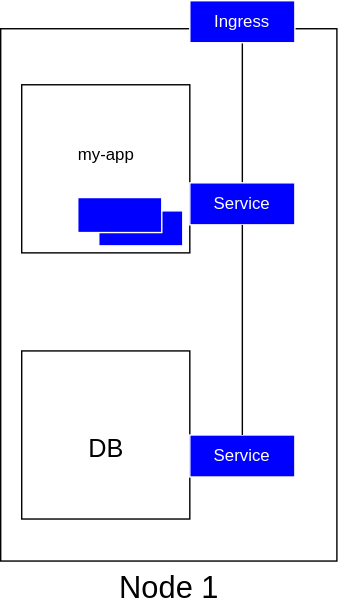
This is asciidocs-slides/images/Kubernetes-External-Ingress.svg from BachlChrisi/kubernetes-presentation, a draw.io export, as it was before one commit. Source tidied: cells renumbered, new cells last; positions are measured from the earlier drawing's top-left corner, leaving out a move shared by most shapes. Source of this version:
```xml
<mxGraphModel>
  <root>
    <mxCell id="0" />
    <mxCell id="1" parent="0" />
    <mxCell id="2" style="rounded=0;whiteSpace=wrap;html=1;" parent="1" vertex="1">
      <mxGeometry y="20" width="240" height="380" as="geometry" />
    </mxCell>
    <mxCell id="3" value="&lt;font style=&quot;font-size: 22px&quot;&gt;Node 1&lt;/font&gt;" style="text;html=1;align=center;verticalAlign=middle;" parent="1" vertex="1">
      <mxGeometry x="75" y="410" width="90" height="20" as="geometry" />
    </mxCell>
    <mxCell id="4" style="rounded=0;whiteSpace=wrap;html=1;" parent="1" vertex="1">
      <mxGeometry x="15" y="250" width="120" height="120" as="geometry" />
    </mxCell>
    <mxCell id="5" style="rounded=0;whiteSpace=wrap;html=1;" parent="1" vertex="1">
      <mxGeometry x="15" y="60" width="120" height="120" as="geometry" />
    </mxCell>
    <mxCell id="6" value="my-app" style="text;html=1;align=center;verticalAlign=middle;" parent="1" vertex="1">
      <mxGeometry x="45" y="100" width="60" height="20" as="geometry" />
    </mxCell>
    <mxCell id="7" value="&lt;font style=&quot;font-size: 18px&quot;&gt;DB&lt;/font&gt;" style="text;html=1;align=center;verticalAlign=middle;" parent="1" vertex="1">
      <mxGeometry x="55" y="310" width="40" height="20" as="geometry" />
    </mxCell>
    <mxCell id="8" value="&lt;font color=&quot;#ffffff&quot;&gt;Service&lt;/font&gt;" style="rounded=0;whiteSpace=wrap;html=1;fillColor=#0000FF;strokeColor=#FFFFFF;" parent="1" vertex="1">
      <mxGeometry x="135" y="310" width="75" height="30" as="geometry" />
    </mxCell>
    <mxCell id="9" style="edgeStyle=orthogonalEdgeStyle;rounded=0;jettySize=auto;html=1;exitX=0.5;exitY=0;exitDx=0;exitDy=0;entryX=0.5;entryY=1;entryDx=0;entryDy=0;endArrow=none;endFill=0;" parent="1" edge="1" source="10" target="14">
      <mxGeometry relative="1" as="geometry" />
    </mxCell>
    <mxCell id="10" value="&lt;font color=&quot;#ffffff&quot;&gt;Service&lt;/font&gt;" style="rounded=0;whiteSpace=wrap;html=1;fillColor=#0000FF;strokeColor=#FFFFFF;" parent="1" vertex="1">
      <mxGeometry x="135" y="130" width="75" height="30" as="geometry" />
    </mxCell>
    <mxCell id="11" style="endArrow=none;html=1;entryX=0.5;entryY=1;entryDx=0;entryDy=0;exitX=0.5;exitY=0;exitDx=0;exitDy=0;" parent="1" edge="1" source="8" target="10">
      <mxGeometry relative="1" as="geometry" />
    </mxCell>
    <mxCell id="12" style="rounded=0;whiteSpace=wrap;html=1;strokeColor=#FFFFFF;fillColor=#0000FF;" parent="1" vertex="1">
      <mxGeometry x="70" y="150" width="60" height="25" as="geometry" />
    </mxCell>
    <mxCell id="13" style="rounded=0;whiteSpace=wrap;html=1;strokeColor=#FFFFFF;fillColor=#0000FF;" parent="1" vertex="1">
      <mxGeometry x="55" y="140.5" width="60" height="25" as="geometry" />
    </mxCell>
    <mxCell id="14" value="&lt;font color=&quot;#ffffff&quot;&gt;Ingress&lt;/font&gt;" style="rounded=0;whiteSpace=wrap;html=1;fillColor=#0000FF;strokeColor=#FFFFFF;" parent="1" vertex="1">
      <mxGeometry x="135" width="75" height="30" as="geometry" />
    </mxCell>
  </root>
</mxGraphModel>
```
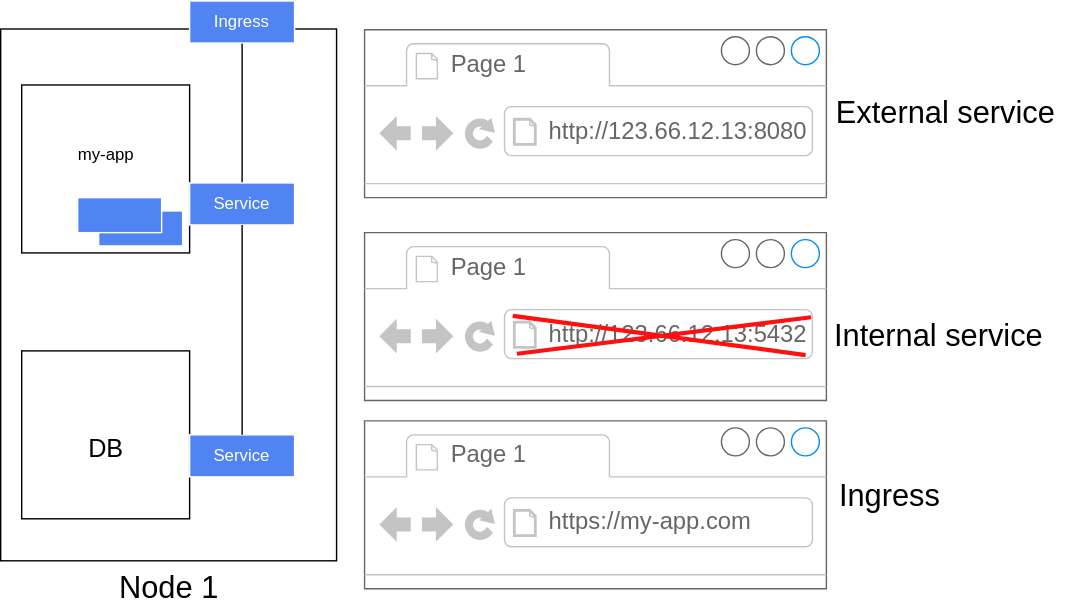
After the change.

Diff of the diagram source:
```diff
@@ -20,26 +20,68 @@
     <mxCell id="7" value="&lt;font style=&quot;font-size: 18px&quot;&gt;DB&lt;/font&gt;" style="text;html=1;align=center;verticalAlign=middle;" parent="1" vertex="1">
       <mxGeometry x="55" y="310" width="40" height="20" as="geometry" />
     </mxCell>
-    <mxCell id="8" value="&lt;font color=&quot;#ffffff&quot;&gt;Service&lt;/font&gt;" style="rounded=0;whiteSpace=wrap;html=1;fillColor=#0000FF;strokeColor=#FFFFFF;" parent="1" vertex="1">
+    <mxCell id="8" value="&lt;font color=&quot;#ffffff&quot;&gt;Service&lt;/font&gt;" style="rounded=0;whiteSpace=wrap;html=1;strokeColor=#FFFFFF;fillColor=#5184F3;" parent="1" vertex="1">
       <mxGeometry x="135" y="310" width="75" height="30" as="geometry" />
     </mxCell>
     <mxCell id="9" style="edgeStyle=orthogonalEdgeStyle;rounded=0;jettySize=auto;html=1;exitX=0.5;exitY=0;exitDx=0;exitDy=0;entryX=0.5;entryY=1;entryDx=0;entryDy=0;endArrow=none;endFill=0;" parent="1" edge="1" source="10" target="14">
       <mxGeometry relative="1" as="geometry" />
     </mxCell>
-    <mxCell id="10" value="&lt;font color=&quot;#ffffff&quot;&gt;Service&lt;/font&gt;" style="rounded=0;whiteSpace=wrap;html=1;fillColor=#0000FF;strokeColor=#FFFFFF;" parent="1" vertex="1">
+    <mxCell id="10" value="&lt;font color=&quot;#ffffff&quot;&gt;Service&lt;/font&gt;" style="rounded=0;whiteSpace=wrap;html=1;strokeColor=#FFFFFF;fillColor=#5184F3;" parent="1" vertex="1">
       <mxGeometry x="135" y="130" width="75" height="30" as="geometry" />
     </mxCell>
     <mxCell id="11" style="endArrow=none;html=1;entryX=0.5;entryY=1;entryDx=0;entryDy=0;exitX=0.5;exitY=0;exitDx=0;exitDy=0;" parent="1" edge="1" source="8" target="10">
       <mxGeometry relative="1" as="geometry" />
     </mxCell>
-    <mxCell id="12" style="rounded=0;whiteSpace=wrap;html=1;strokeColor=#FFFFFF;fillColor=#0000FF;" parent="1" vertex="1">
+    <mxCell id="12" style="rounded=0;whiteSpace=wrap;html=1;strokeColor=#FFFFFF;fillColor=#5184F3;" parent="1" vertex="1">
       <mxGeometry x="70" y="150" width="60" height="25" as="geometry" />
     </mxCell>
-    <mxCell id="13" style="rounded=0;whiteSpace=wrap;html=1;strokeColor=#FFFFFF;fillColor=#0000FF;" parent="1" vertex="1">
+    <mxCell id="13" style="rounded=0;whiteSpace=wrap;html=1;strokeColor=#FFFFFF;fillColor=#5184F3;" parent="1" vertex="1">
       <mxGeometry x="55" y="140.5" width="60" height="25" as="geometry" />
     </mxCell>
-    <mxCell id="14" value="&lt;font color=&quot;#ffffff&quot;&gt;Ingress&lt;/font&gt;" style="rounded=0;whiteSpace=wrap;html=1;fillColor=#0000FF;strokeColor=#FFFFFF;" parent="1" vertex="1">
+    <mxCell id="14" value="&lt;font color=&quot;#ffffff&quot;&gt;Ingress&lt;/font&gt;" style="rounded=0;whiteSpace=wrap;html=1;strokeColor=#FFFFFF;fillColor=#5184F3;" parent="1" vertex="1">
       <mxGeometry x="135" width="75" height="30" as="geometry" />
     </mxCell>
+    <mxCell id="15" style="strokeWidth=1;shadow=0;dashed=0;align=center;html=1;shape=mxgraph.mockup.containers.browserWindow;rSize=0;strokeColor=#666666;strokeColor2=#008cff;strokeColor3=#c4c4c4;mainText=,;" parent="1" vertex="1">
+      <mxGeometry x="260" y="20.5" width="330" height="120" as="geometry" />
+    </mxCell>
+    <mxCell id="16" value="Page 1" style="strokeWidth=1;shadow=0;dashed=0;align=center;html=1;shape=mxgraph.mockup.containers.anchor;fontSize=17;fontColor=#666666;align=left;" parent="15" vertex="1">
+      <mxGeometry x="60" y="12" width="110" height="26" as="geometry" />
+    </mxCell>
+    <mxCell id="17" value="http://123.66.12.13:8080" style="strokeWidth=1;shadow=0;dashed=0;align=center;html=1;shape=mxgraph.mockup.containers.anchor;rSize=0;fontSize=17;fontColor=#666666;align=left;" parent="15" vertex="1">
+      <mxGeometry x="130" y="60" width="250" height="26" as="geometry" />
+    </mxCell>
+    <mxCell id="18" style="strokeWidth=1;shadow=0;dashed=0;align=center;html=1;shape=mxgraph.mockup.containers.browserWindow;rSize=0;strokeColor=#666666;strokeColor2=#008cff;strokeColor3=#c4c4c4;mainText=,;" parent="1" vertex="1">
+      <mxGeometry x="260" y="165.5" width="330" height="120" as="geometry" />
+    </mxCell>
+    <mxCell id="19" value="Page 1" style="strokeWidth=1;shadow=0;dashed=0;align=center;html=1;shape=mxgraph.mockup.containers.anchor;fontSize=17;fontColor=#666666;align=left;" parent="18" vertex="1">
+      <mxGeometry x="60" y="12" width="110" height="26" as="geometry" />
+    </mxCell>
+    <mxCell id="20" value="http://123.66.12.13:5432" style="strokeWidth=1;shadow=0;dashed=0;align=center;html=1;shape=mxgraph.mockup.containers.anchor;rSize=0;fontSize=17;fontColor=#666666;align=left;" parent="18" vertex="1">
+      <mxGeometry x="130" y="60" width="250" height="26" as="geometry" />
+    </mxCell>
+    <mxCell id="21" value="&lt;font style=&quot;font-size: 22px&quot;&gt;External service&lt;/font&gt;" style="text;html=1;align=center;verticalAlign=middle;" parent="1" vertex="1">
+      <mxGeometry x="590" y="70.5" width="170" height="20" as="geometry" />
+    </mxCell>
+    <mxCell id="22" value="&lt;font style=&quot;font-size: 22px&quot;&gt;Internal service&lt;/font&gt;" style="text;html=1;align=center;verticalAlign=middle;" parent="1" vertex="1">
+      <mxGeometry x="590" y="230" width="160" height="20" as="geometry" />
+    </mxCell>
+    <mxCell id="23" style="strokeWidth=1;shadow=0;dashed=0;align=center;html=1;shape=mxgraph.mockup.containers.browserWindow;rSize=0;strokeColor=#666666;strokeColor2=#008cff;strokeColor3=#c4c4c4;mainText=,;" parent="1" vertex="1">
+      <mxGeometry x="260" y="300" width="330" height="120" as="geometry" />
+    </mxCell>
+    <mxCell id="24" value="Page 1" style="strokeWidth=1;shadow=0;dashed=0;align=center;html=1;shape=mxgraph.mockup.containers.anchor;fontSize=17;fontColor=#666666;align=left;" parent="23" vertex="1">
+      <mxGeometry x="60" y="12" width="110" height="26" as="geometry" />
+    </mxCell>
+    <mxCell id="25" value="https://my-app.com" style="strokeWidth=1;shadow=0;dashed=0;align=center;html=1;shape=mxgraph.mockup.containers.anchor;rSize=0;fontSize=17;fontColor=#666666;align=left;" parent="23" vertex="1">
+      <mxGeometry x="130" y="60" width="250" height="26" as="geometry" />
+    </mxCell>
+    <mxCell id="26" value="&lt;font style=&quot;font-size: 22px&quot;&gt;Ingress&lt;/font&gt;" style="text;html=1;align=center;verticalAlign=middle;" parent="1" vertex="1">
+      <mxGeometry x="590" y="344" width="90" height="20" as="geometry" />
+    </mxCell>
+    <mxCell id="27" style="endArrow=none;html=1;entryX=0.955;entryY=0.729;entryDx=0;entryDy=0;entryPerimeter=0;exitX=0.321;exitY=0.496;exitDx=0;exitDy=0;exitPerimeter=0;strokeColor=#FF0F0F;strokeWidth=3;" parent="1" edge="1" source="18" target="18">
+      <mxGeometry relative="1" as="geometry" />
+    </mxCell>
+    <mxCell id="28" style="endArrow=none;html=1;entryX=0.967;entryY=0.504;entryDx=0;entryDy=0;entryPerimeter=0;exitX=0.33;exitY=0.721;exitDx=0;exitDy=0;exitPerimeter=0;strokeColor=#FF0F0F;strokeWidth=3;" parent="1" edge="1" source="18" target="18">
+      <mxGeometry relative="1" as="geometry" />
+    </mxCell>
   </root>
 </mxGraphModel>
```
